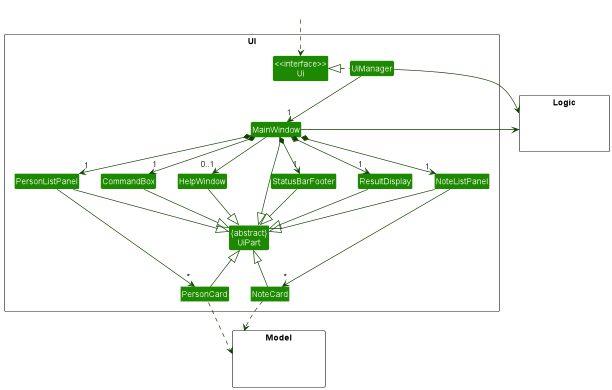
Before: docs/images/UiClassDiagram.png, a diagram exported from PlantUML (nus-cs2103-AY2223S1/tp).
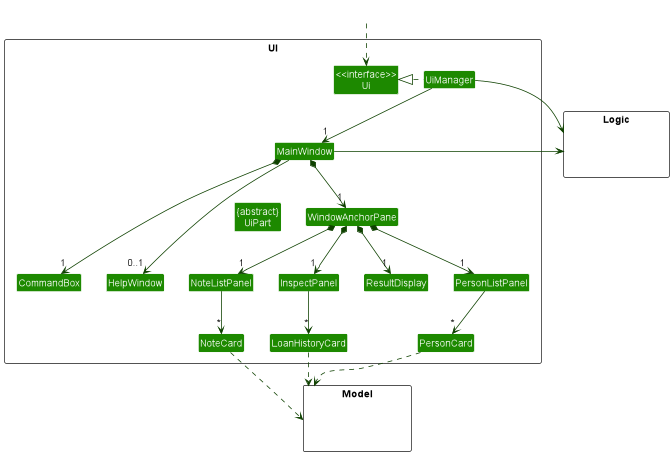
Above is the later version.

The edit, as a diff of the source:
```diff
@@ -15,8 +15,10 @@
 Class NoteListPanel
 Class PersonCard
 Class NoteCard
-Class StatusBarFooter
 Class CommandBox
+Class InspectPanel
+Class LoanHistoryCard
+Class WindowAnchorPane
 }
 
 package Model <<Rectangle>> {
@@ -32,36 +34,29 @@
 
 UiManager .left.|> Ui
 UiManager -down-> "1" MainWindow
+
 MainWindow *-down->  "1" CommandBox
-MainWindow *-down-> "1" ResultDisplay
-MainWindow *-down-> "1" PersonListPanel
-MainWindow *-down-> "1" NoteListPanel
-MainWindow *-down-> "1" StatusBarFooter
+MainWindow *-down->  "1" WindowAnchorPane
 MainWindow --> "0..1" HelpWindow
+
+WindowAnchorPane *-down-> "1" ResultDisplay
+WindowAnchorPane *-down-> "1" PersonListPanel
+WindowAnchorPane *-down-> "1" NoteListPanel
+WindowAnchorPane *-down-> "1" InspectPanel
 
 PersonListPanel -down-> "*" PersonCard
 NoteListPanel -down-> "*" NoteCard
-
-MainWindow -left-|> UiPart
-
-ResultDisplay --|> UiPart
-CommandBox --|> UiPart
-PersonListPanel --|> UiPart
-NoteListPanel --|> UiPart
-PersonCard --up|> UiPart
-NoteCard --up|> UiPart
-StatusBarFooter --|> UiPart
-HelpWindow --|> UiPart
+InspectPanel -down-> "*" LoanHistoryCard
 
 PersonCard ..> Model
 NoteCard ..> Model
+LoanHistoryCard ..> Model
 UiManager -right-> Logic
 MainWindow -left-> Logic
 
 PersonListPanel -[hidden]left- HelpWindow
 HelpWindow -[hidden]left- CommandBox
 CommandBox -[hidden]left- ResultDisplay
-ResultDisplay -[hidden]left- StatusBarFooter
 
 MainWindow -[hidden]-|> UiPart
 @enduml
```
